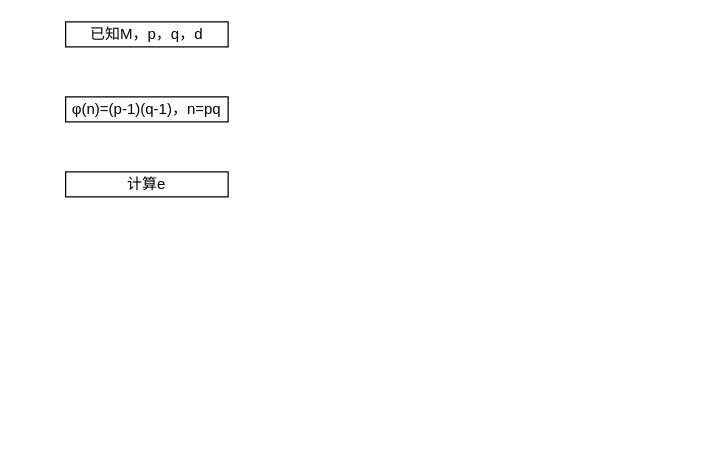
WFTGF2024/UML keeps this draw.io diagram as LessonUML/RSA.drawio. Above is the earlier version. Source tidied: cells renumbered, new cells numbered last; positions are measured from the earlier drawing's top-left corner, leaving out a move shared by most shapes. Both pictures are drawn from the tidied source at 125%, with x=0, y=0 at pixel (65, 21).
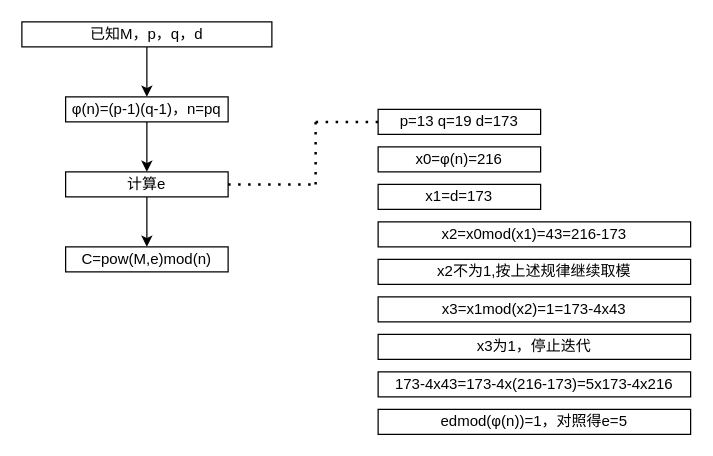
The same diagram, later.

Unchanged cells that the change refers to:
```xml
<mxCell id="3" value="φ(n)=(p-1)(q-1)，n=pq" style="rounded=0;whiteSpace=wrap;html=1;" parent="1" vertex="1">
  <mxGeometry y="60" width="130" height="20" as="geometry" />
</mxCell>
<mxCell id="4" value="计算e" style="rounded=0;whiteSpace=wrap;html=1;" parent="1" vertex="1">
  <mxGeometry y="120" width="130" height="20" as="geometry" />
</mxCell>
```

The edit, as a diff of the source:
```diff
@@
+    <mxCell id="5" style="edgeStyle=orthogonalEdgeStyle;rounded=0;jettySize=auto;html=1;exitX=0.5;exitY=1;exitDx=0;exitDy=0;entryX=0.5;entryY=0;entryDx=0;entryDy=0;" parent="1" edge="1" source="2" target="3">
+      <mxGeometry relative="1" as="geometry" />
+    </mxCell>
     <mxCell id="2" value="已知M，p，q，d" style="rounded=0;whiteSpace=wrap;html=1;" parent="1" vertex="1">
-      <mxGeometry width="130" height="20" as="geometry" />
+      <mxGeometry x="-35" width="200" height="20" as="geometry" />
     </mxCell>
+    <mxCell id="6" style="edgeStyle=orthogonalEdgeStyle;rounded=0;jettySize=auto;html=1;exitX=0.5;exitY=1;exitDx=0;exitDy=0;entryX=0.5;entryY=0;entryDx=0;entryDy=0;" parent="1" edge="1" source="3" target="4">
+      <mxGeometry relative="1" as="geometry" />
+    </mxCell>
@@
+    <mxCell id="7" style="edgeStyle=orthogonalEdgeStyle;rounded=0;jettySize=auto;html=1;exitX=0.5;exitY=1;exitDx=0;exitDy=0;entryX=0.5;entryY=0;entryDx=0;entryDy=0;" parent="1" edge="1" source="4" target="8">
+      <mxGeometry relative="1" as="geometry" />
+    </mxCell>
@@
+    <mxCell id="8" value="C=pow(M,e)mod(n)" style="rounded=0;whiteSpace=wrap;html=1;" parent="1" vertex="1">
+      <mxGeometry y="180" width="130" height="20" as="geometry" />
+    </mxCell>
+    <mxCell id="9" value="p=13 q=19 d=173" style="rounded=0;whiteSpace=wrap;html=1;" parent="1" vertex="1">
+      <mxGeometry x="250" y="70" width="130" height="20" as="geometry" />
+    </mxCell>
+    <mxCell id="10" style="endArrow=none;dashed=1;html=1;dashPattern=1 3;strokeWidth=2;rounded=0;" parent="1" edge="1">
+      <mxGeometry relative="1" as="geometry">
+        <mxPoint x="130" y="130" as="sourcePoint" />
+        <mxPoint x="200" y="130" as="targetPoint" />
+      </mxGeometry>
+    </mxCell>
+    <mxCell id="11" style="endArrow=none;dashed=1;html=1;dashPattern=1 3;strokeWidth=2;rounded=0;entryX=0;entryY=0.5;entryDx=0;entryDy=0;" parent="1" edge="1" target="9">
+      <mxGeometry relative="1" as="geometry">
+        <mxPoint x="200" y="80" as="sourcePoint" />
+      </mxGeometry>
+    </mxCell>
+    <mxCell id="12" style="endArrow=none;dashed=1;html=1;dashPattern=1 3;strokeWidth=2;rounded=0;" parent="1" edge="1">
+      <mxGeometry relative="1" as="geometry">
+        <mxPoint x="200" y="130" as="sourcePoint" />
+        <mxPoint x="200" y="80" as="targetPoint" />
+      </mxGeometry>
+    </mxCell>
+    <mxCell id="13" value="x0=φ(n)=216" style="rounded=0;whiteSpace=wrap;html=1;" parent="1" vertex="1">
+      <mxGeometry x="250" y="100" width="130" height="20" as="geometry" />
+    </mxCell>
+    <mxCell id="14" value="x1=d=173" style="rounded=0;whiteSpace=wrap;html=1;" parent="1" vertex="1">
+      <mxGeometry x="250" y="130" width="130" height="20" as="geometry" />
+    </mxCell>
+    <mxCell id="15" value="x2=x0mod(x1)=43=216-173" style="rounded=0;whiteSpace=wrap;html=1;" parent="1" vertex="1">
+      <mxGeometry x="250" y="160" width="250" height="20" as="geometry" />
+    </mxCell>
+    <mxCell id="16" value="x3=x1mod(x2)=1=173-4x43" style="rounded=0;whiteSpace=wrap;html=1;" parent="1" vertex="1">
+      <mxGeometry x="250" y="220" width="250" height="20" as="geometry" />
+    </mxCell>
+    <mxCell id="17" value="x2不为1,按上述规律继续取模" style="rounded=0;whiteSpace=wrap;html=1;" parent="1" vertex="1">
+      <mxGeometry x="250" y="190" width="250" height="20" as="geometry" />
+    </mxCell>
+    <mxCell id="18" value="x3为1，停止迭代" style="rounded=0;whiteSpace=wrap;html=1;" parent="1" vertex="1">
+      <mxGeometry x="250" y="250" width="250" height="20" as="geometry" />
+    </mxCell>
+    <mxCell id="19" value="173-4x43=173-4x(216-173)=5x173-4x216" style="rounded=0;whiteSpace=wrap;html=1;" parent="1" vertex="1">
+      <mxGeometry x="250" y="280" width="250" height="20" as="geometry" />
+    </mxCell>
+    <mxCell id="20" value="edmod(φ(n))=1，对照得e=5" style="rounded=0;whiteSpace=wrap;html=1;" parent="1" vertex="1">
+      <mxGeometry x="250" y="310" width="250" height="20" as="geometry" />
+    </mxCell>
```
